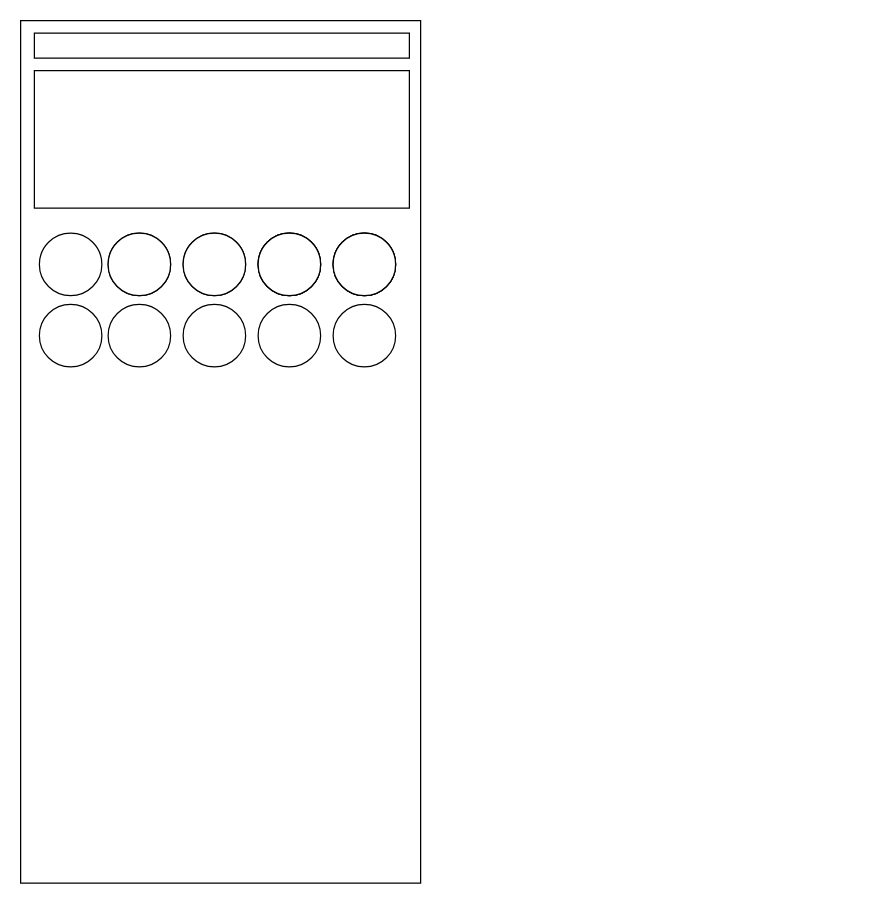
Before: test.drawio in LiZiC/learngit, a draw.io diagram. Source tidied: cells renumbered, new cells numbered last; positions are measured from the earlier drawing's top-left corner, leaving out a move shared by most shapes. Both pictures are drawn from the tidied source at 125%, with x=0, y=0 at pixel (20, 20).
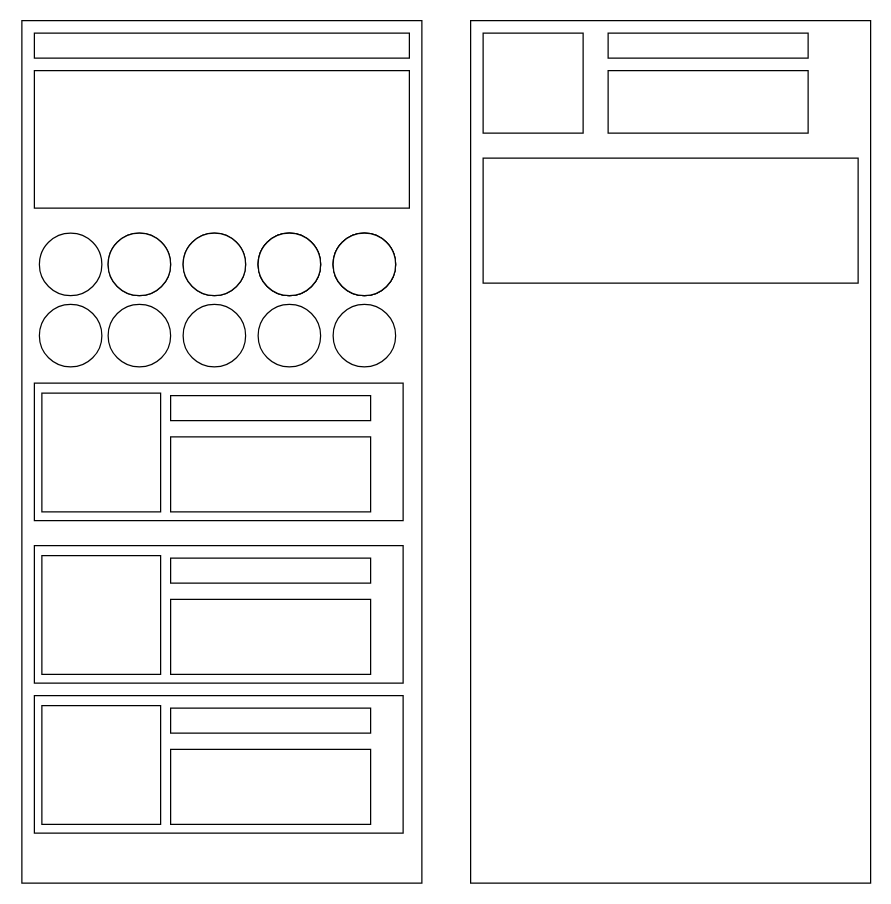
The same diagram, later.

The edit, as a diff of the source:
```diff
@@
     <mxCell id="2" style="rounded=0;whiteSpace=wrap;html=1;" parent="1" vertex="1">
-      <mxGeometry width="320" height="690" as="geometry" />
+      <mxGeometry x="1" width="320" height="690" as="geometry" />
     </mxCell>
@@
+    <mxCell id="21" style="rounded=0;whiteSpace=wrap;html=1;" parent="1" vertex="1">
+      <mxGeometry x="11" y="290" width="295" height="110" as="geometry" />
+    </mxCell>
+    <mxCell id="22" style="whiteSpace=wrap;html=1;" parent="1" vertex="1">
+      <mxGeometry x="17" y="298" width="95" height="95" as="geometry" />
+    </mxCell>
+    <mxCell id="23" style="rounded=0;whiteSpace=wrap;html=1;" parent="1" vertex="1">
+      <mxGeometry x="120" y="300" width="160" height="20" as="geometry" />
+    </mxCell>
+    <mxCell id="24" style="rounded=0;whiteSpace=wrap;html=1;" parent="1" vertex="1">
+      <mxGeometry x="120" y="333" width="160" height="60" as="geometry" />
+    </mxCell>
+    <mxCell id="25" style="rounded=0;whiteSpace=wrap;html=1;" parent="1" vertex="1">
+      <mxGeometry x="11" y="420" width="295" height="110" as="geometry" />
+    </mxCell>
+    <mxCell id="26" style="whiteSpace=wrap;html=1;" parent="1" vertex="1">
+      <mxGeometry x="17" y="428" width="95" height="95" as="geometry" />
+    </mxCell>
+    <mxCell id="27" style="rounded=0;whiteSpace=wrap;html=1;" parent="1" vertex="1">
+      <mxGeometry x="120" y="430" width="160" height="20" as="geometry" />
+    </mxCell>
+    <mxCell id="28" style="rounded=0;whiteSpace=wrap;html=1;" parent="1" vertex="1">
+      <mxGeometry x="120" y="463" width="160" height="60" as="geometry" />
+    </mxCell>
+    <mxCell id="29" style="rounded=0;whiteSpace=wrap;html=1;" parent="1" vertex="1">
+      <mxGeometry x="11" y="540" width="295" height="110" as="geometry" />
+    </mxCell>
+    <mxCell id="30" style="whiteSpace=wrap;html=1;" parent="1" vertex="1">
+      <mxGeometry x="17" y="548" width="95" height="95" as="geometry" />
+    </mxCell>
+    <mxCell id="31" style="rounded=0;whiteSpace=wrap;html=1;" parent="1" vertex="1">
+      <mxGeometry x="120" y="550" width="160" height="20" as="geometry" />
+    </mxCell>
+    <mxCell id="32" style="rounded=0;whiteSpace=wrap;html=1;" parent="1" vertex="1">
+      <mxGeometry x="120" y="583" width="160" height="60" as="geometry" />
+    </mxCell>
+    <mxCell id="33" style="rounded=0;whiteSpace=wrap;html=1;" parent="1" vertex="1">
+      <mxGeometry x="360" width="320" height="690" as="geometry" />
+    </mxCell>
+    <mxCell id="34" style="whiteSpace=wrap;html=1;" parent="1" vertex="1">
+      <mxGeometry x="370" y="10" width="80" height="80" as="geometry" />
+    </mxCell>
+    <mxCell id="35" style="rounded=0;whiteSpace=wrap;html=1;" parent="1" vertex="1">
+      <mxGeometry x="470" y="10" width="160" height="20" as="geometry" />
+    </mxCell>
+    <mxCell id="36" style="rounded=0;whiteSpace=wrap;html=1;" parent="1" vertex="1">
+      <mxGeometry x="370" y="110" width="300" height="100" as="geometry" />
+    </mxCell>
+    <mxCell id="37" style="rounded=0;whiteSpace=wrap;html=1;" parent="1" vertex="1">
+      <mxGeometry x="470" y="40" width="160" height="50" as="geometry" />
+    </mxCell>
```
